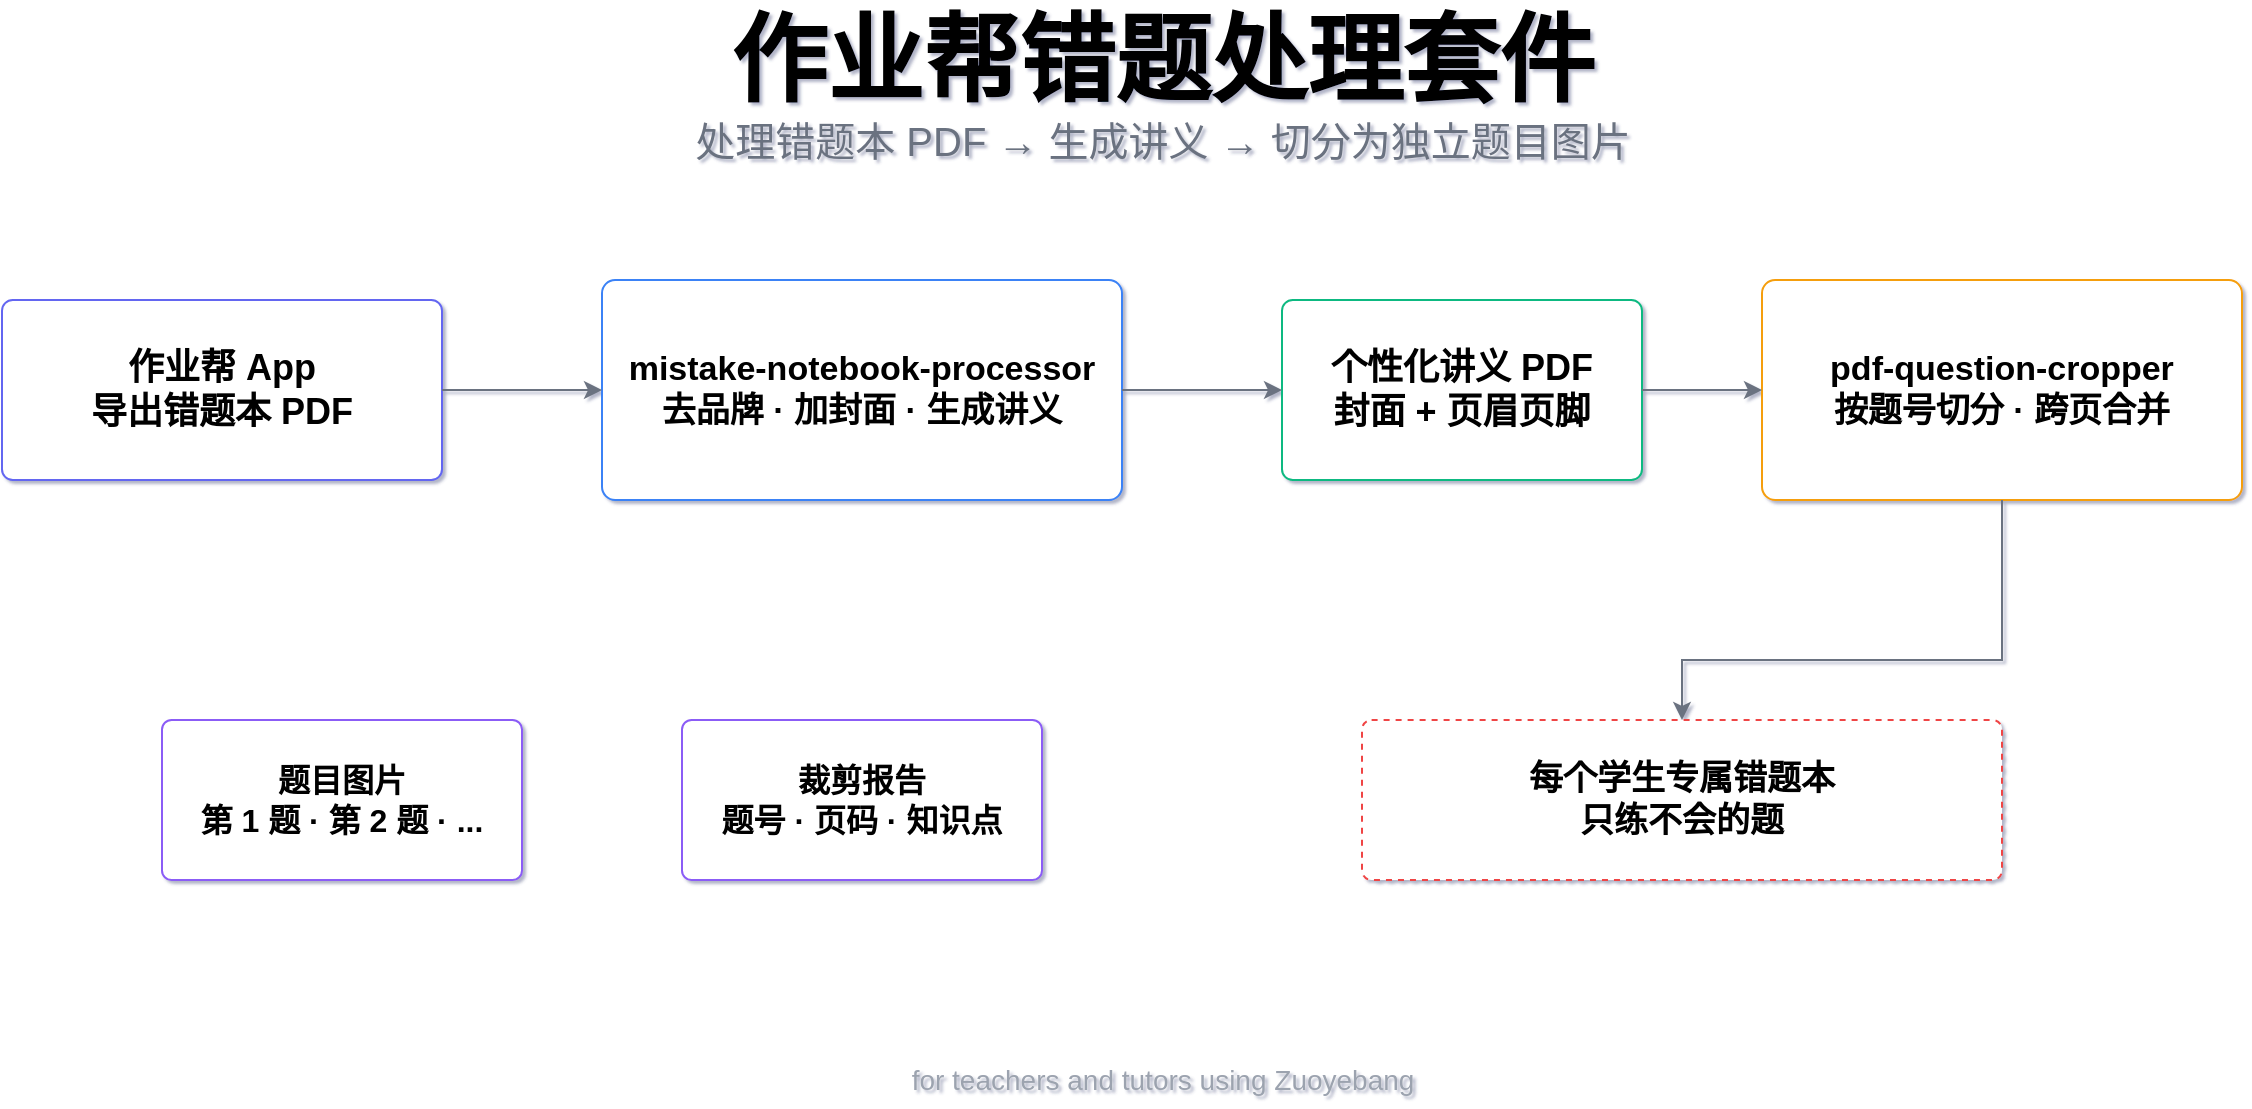
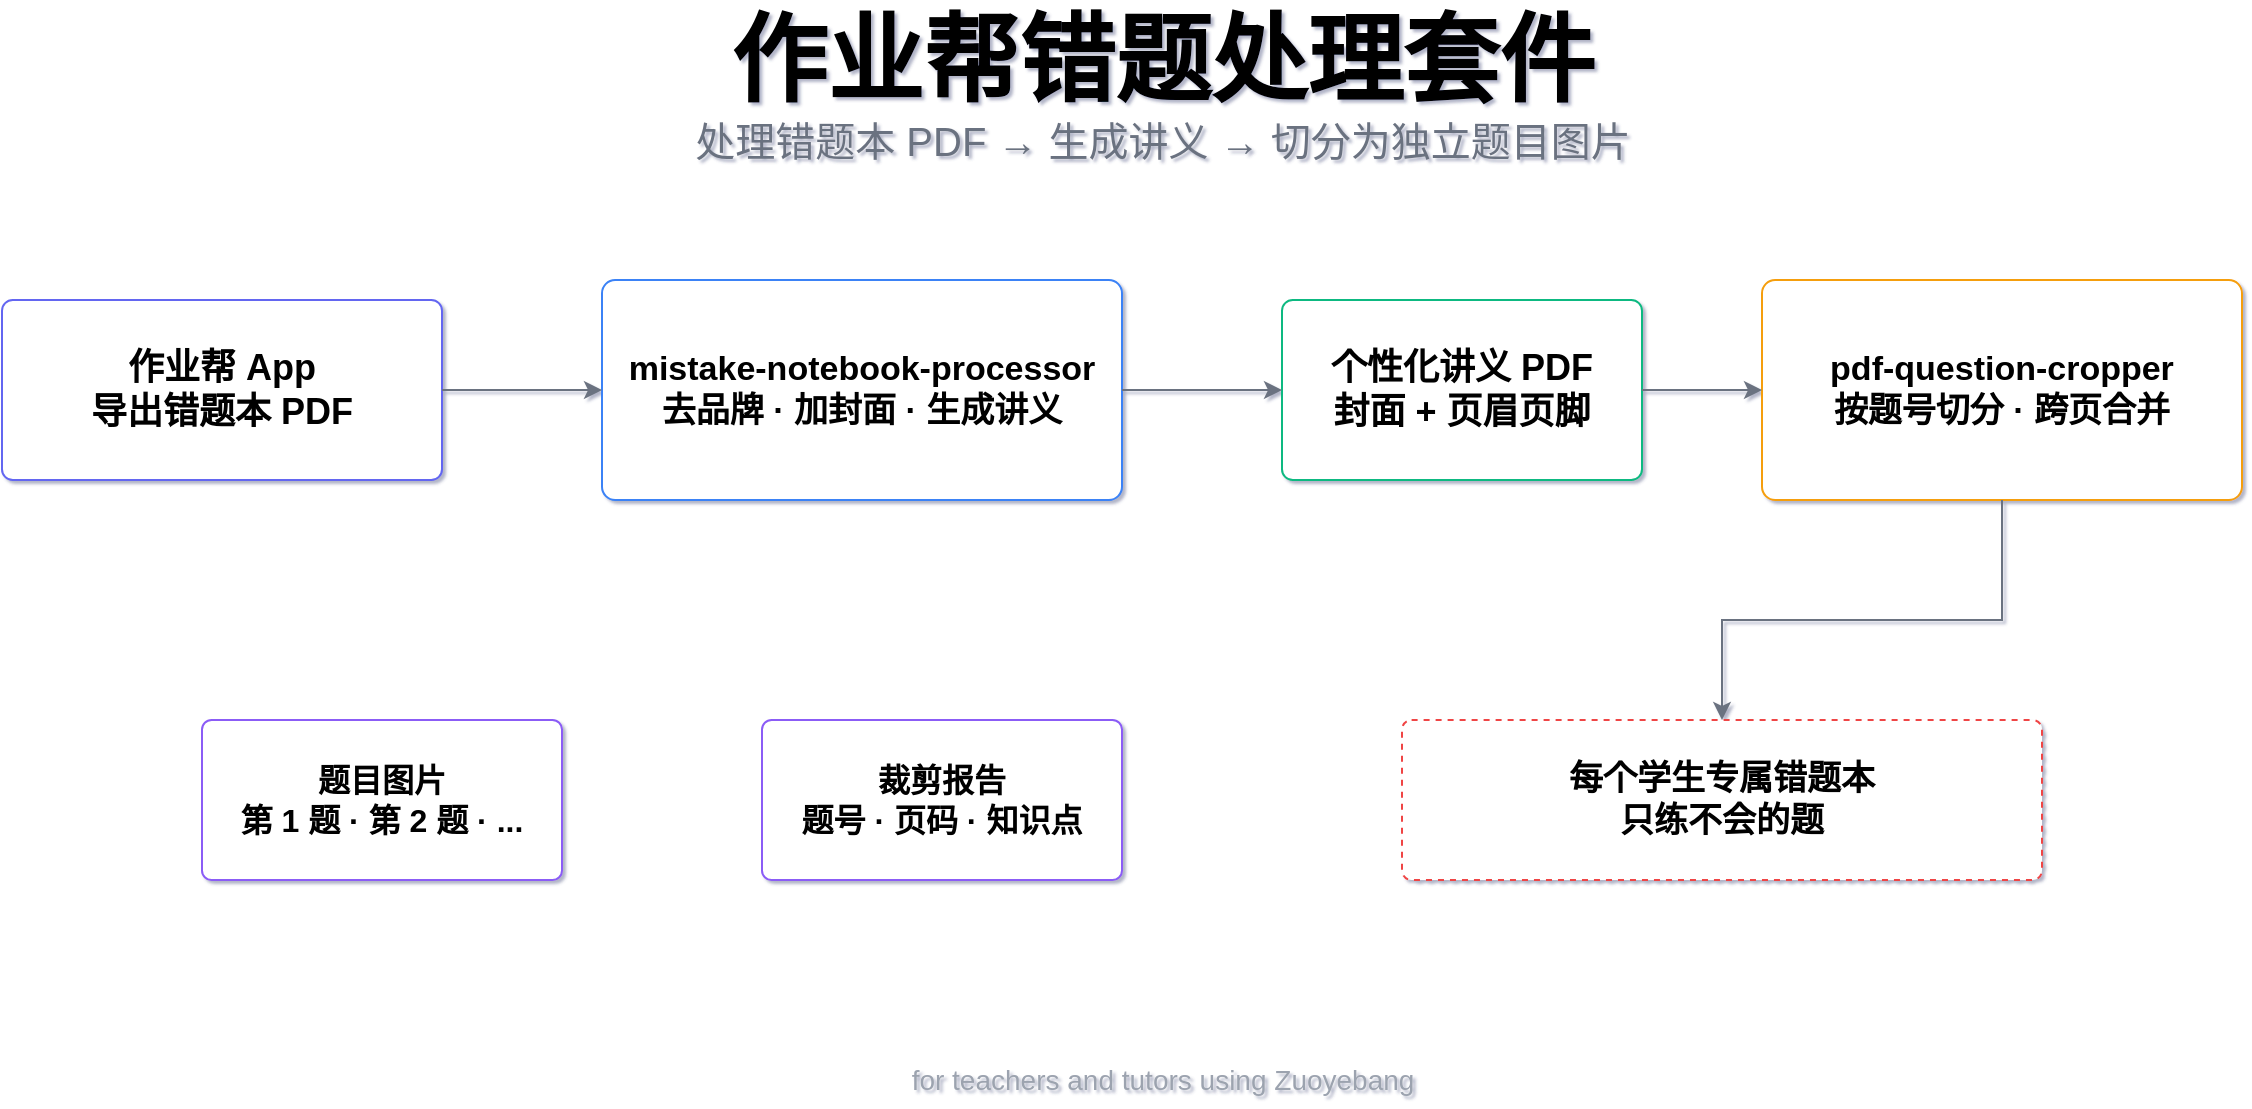
<mxfile host="app.diagrams.net" modified="2026-06-17T12:00:00.000Z" agent="Mozilla/5.0" etag="zuoyebang-pdf-cropper" version="24.0.0" type="device">
  <diagram name="banner">
    <mxGraphModel dx="1280" dy="640" grid="1" gridSize="10" guides="1" tooltips="1" connect="1" arrows="1" fold="1" page="1" pageScale="1" pageWidth="1280" pageHeight="640" math="0" shadow="1">
      <root>
        <mxCell id="0" />
        <mxCell id="1" parent="0" />
        <mxCell id="title" value="作业帮错题处理套件" style="text;html=1;align=center;verticalAlign=middle;fontSize=48;fontStyle=1;fontFamily=Helvetica;" vertex="1" parent="1">
          <mxGeometry x="365" y="50" width="550" height="60" as="geometry" />
        </mxCell>
        <mxCell id="subtitle" value="处理错题本 PDF → 生成讲义 → 切分为独立题目图片" style="text;html=1;align=center;verticalAlign=middle;fontSize=20;fontColor=#6b7280;fontFamily=Helvetica;" vertex="1" parent="1">
          <mxGeometry x="340" y="105" width="600" height="30" as="geometry" />
        </mxCell>
        <mxCell id="input" value="作业帮 App&lt;br&gt;&lt;font style=&amp;quot;font-size:13px; color:#6b7280&amp;quot;&gt;导出错题本 PDF&lt;/font&gt;" style="rounded=1;whiteSpace=wrap;html=1;fillColor=#ffffff;strokeColor=#6366f1;fontSize=18;fontStyle=1;arcSize=6" vertex="1" parent="1">
          <mxGeometry x="60" y="200" width="220" height="90" as="geometry" />
        </mxCell>
        <mxCell id="skill1" value="mistake-notebook-processor&lt;br&gt;&lt;font style=&amp;quot;font-size:13px; color:#6b7280&amp;quot;&gt;去品牌 · 加封面 · 生成讲义&lt;/font&gt;" style="rounded=1;whiteSpace=wrap;html=1;fillColor=#ffffff;strokeColor=#3b82f6;fontSize=17;fontStyle=1;arcSize=6" vertex="1" parent="1">
          <mxGeometry x="360" y="190" width="260" height="110" as="geometry" />
        </mxCell>
        <mxCell id="handout" value="个性化讲义 PDF&lt;br&gt;&lt;font style=&amp;quot;font-size:13px; color:#6b7280&amp;quot;&gt;封面 + 页眉页脚&lt;/font&gt;" style="rounded=1;whiteSpace=wrap;html=1;fillColor=#ffffff;strokeColor=#10b981;fontSize=18;fontStyle=1;arcSize=6" vertex="1" parent="1">
          <mxGeometry x="700" y="200" width="180" height="90" as="geometry" />
        </mxCell>
        <mxCell id="skill2" value="pdf-question-cropper&lt;br&gt;&lt;font style=&amp;quot;font-size:13px; color:#6b7280&amp;quot;&gt;按题号切分 · 跨页合并&lt;/font&gt;" style="rounded=1;whiteSpace=wrap;html=1;fillColor=#ffffff;strokeColor=#f59e0b;fontSize=17;fontStyle=1;arcSize=6" vertex="1" parent="1">
          <mxGeometry x="940" y="190" width="240" height="110" as="geometry" />
        </mxCell>
        <mxCell id="out1" value="题目图片&lt;br&gt;&lt;font style=&amp;quot;font-size:12px; color:#6b7280&amp;quot;&gt;第 1 题 · 第 2 题 · ...&lt;/font&gt;" style="rounded=1;whiteSpace=wrap;html=1;fillColor=#ffffff;strokeColor=#8b5cf6;fontSize=16;fontStyle=1;arcSize=6" vertex="1" parent="1">
-           <mxGeometry x="140" y="410" width="180" height="80" as="geometry" />
+           <mxGeometry x="160" y="410" width="180" height="80" as="geometry" />
        </mxCell>
        <mxCell id="out2" value="裁剪报告&lt;br&gt;&lt;font style=&amp;quot;font-size:12px; color:#6b7280&amp;quot;&gt;题号 · 页码 · 知识点&lt;/font&gt;" style="rounded=1;whiteSpace=wrap;html=1;fillColor=#ffffff;strokeColor=#8b5cf6;fontSize=16;fontStyle=1;arcSize=6" vertex="1" parent="1">
-           <mxGeometry x="400" y="410" width="180" height="80" as="geometry" />
+           <mxGeometry x="440" y="410" width="180" height="80" as="geometry" />
        </mxCell>
        <mxCell id="out3" value="每个学生专属错题本&lt;br&gt;&lt;font style=&amp;quot;font-size:12px; color:#6b7280&amp;quot;&gt;只练不会的题&lt;/font&gt;" style="rounded=1;whiteSpace=wrap;html=1;fillColor=#ffffff;strokeColor=#ef4444;fontSize=17;fontStyle=1;dashed=1;arcSize=6" vertex="1" parent="1">
-           <mxGeometry x="740" y="410" width="320" height="80" as="geometry" />
+           <mxGeometry x="760" y="410" width="320" height="80" as="geometry" />
        </mxCell>
        <mxCell id="a1" value="" style="edgeStyle=orthogonalEdgeStyle;rounded=0;orthogonalLoop=1;jettySize=auto;html=1;strokeColor=#6b7280;fontSize=14" edge="1" parent="1" source="input" target="skill1">
          <mxGeometry relative="1" as="geometry" />
        </mxCell>
        <mxCell id="a2" value="" style="edgeStyle=orthogonalEdgeStyle;rounded=0;orthogonalLoop=1;jettySize=auto;html=1;strokeColor=#6b7280;fontSize=14" edge="1" parent="1" source="skill1" target="handout">
          <mxGeometry relative="1" as="geometry" />
        </mxCell>
        <mxCell id="a3" value="" style="edgeStyle=orthogonalEdgeStyle;rounded=0;orthogonalLoop=1;jettySize=auto;html=1;strokeColor=#6b7280;fontSize=14" edge="1" parent="1" source="handout" target="skill2">
          <mxGeometry relative="1" as="geometry" />
        </mxCell>
        <mxCell id="a4" value="" style="edgeStyle=orthogonalEdgeStyle;rounded=0;orthogonalLoop=1;jettySize=auto;html=1;strokeColor=#6b7280;fontSize=14" edge="1" parent="1" source="skill2" target="out3">
          <mxGeometry relative="1" as="geometry">
            <Array as="points">
-               <mxPoint x="1060" y="380"/>
-               <mxPoint x="900" y="380"/>
+               <mxPoint x="1060" y="360"/>
+               <mxPoint x="920" y="360"/>
            </Array>
          </mxGeometry>
        </mxCell>
        <mxCell id="footer" value="for teachers and tutors using Zuoyebang" style="text;html=1;align=center;verticalAlign=middle;fontSize=14;fontColor=#9ca3af;fontFamily=Helvetica;" vertex="1" parent="1">
          <mxGeometry x="440" y="580" width="400" height="20" as="geometry" />
        </mxCell>
      </root>
    </mxGraphModel>
  </diagram>
</mxfile>
